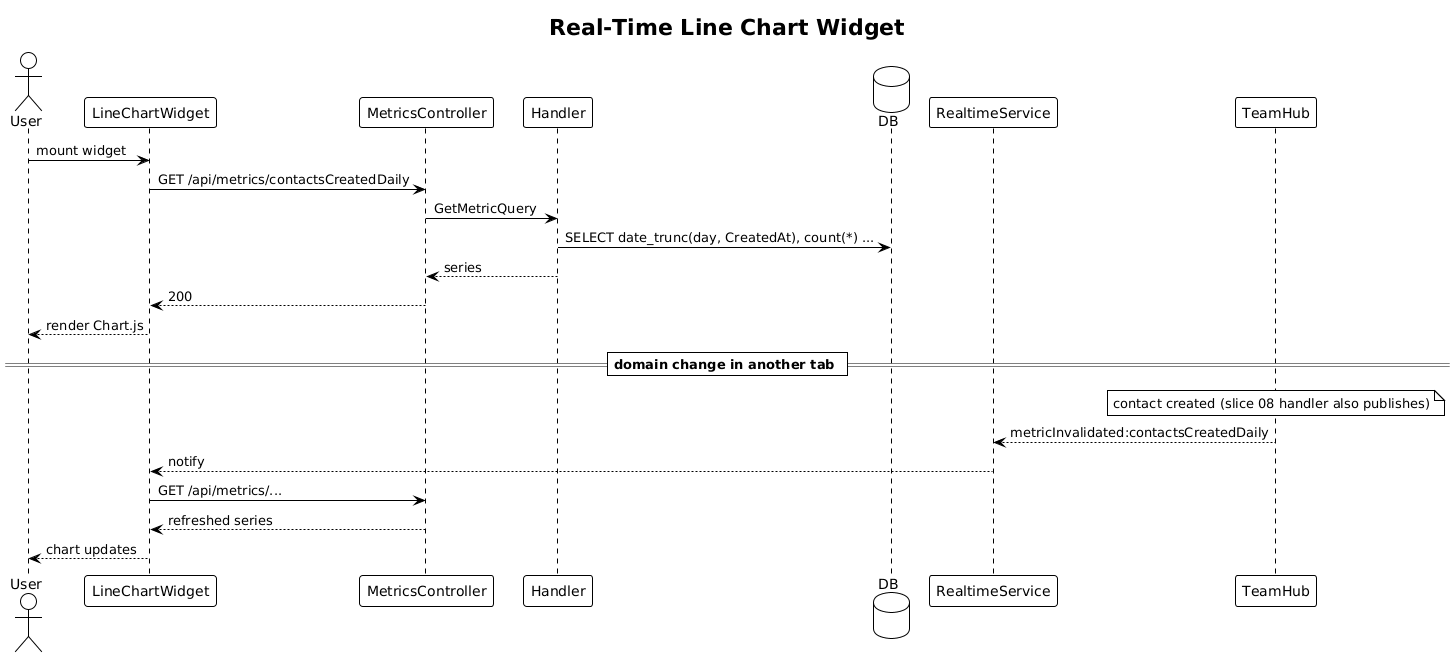
Above: docs/detailed-designs/31-realtime-charts/diagrams/sequence_chart.png in QuinntyneBrown/TheUpperRoom (PlantUML), before the change.
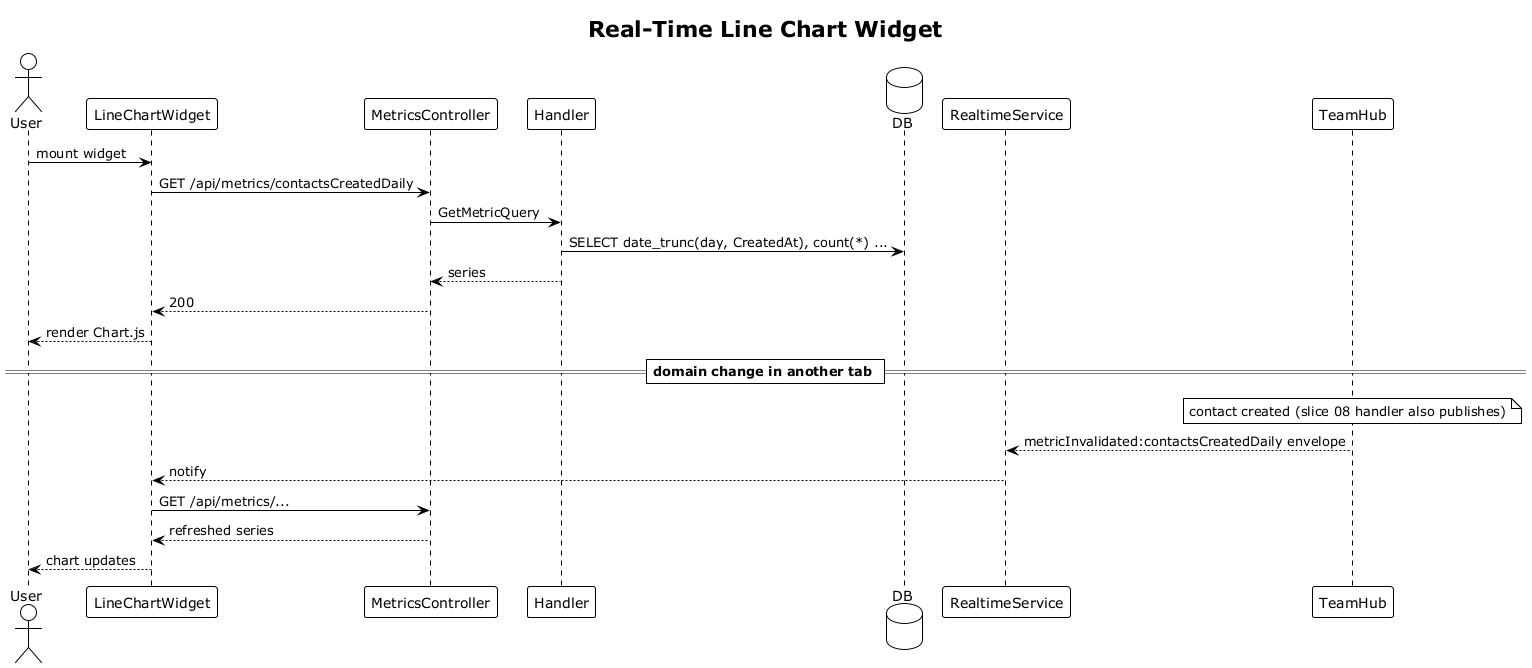
The same file after the commit.

The edit, as a diff of the source:
```diff
@@ -1,4 +1,4 @@
-@startuml
+@startuml sequence_chart
 !theme plain
 title Real-Time Line Chart Widget
 
@@ -20,7 +20,7 @@
 
 == domain change in another tab ==
 note over Hub: contact created (slice 08 handler also publishes)
-Hub --> RT: metricInvalidated:contactsCreatedDaily
+Hub --> RT: metricInvalidated:contactsCreatedDaily envelope
 RT --> W: notify
 W -> C: GET /api/metrics/...
 C --> W: refreshed series
```
